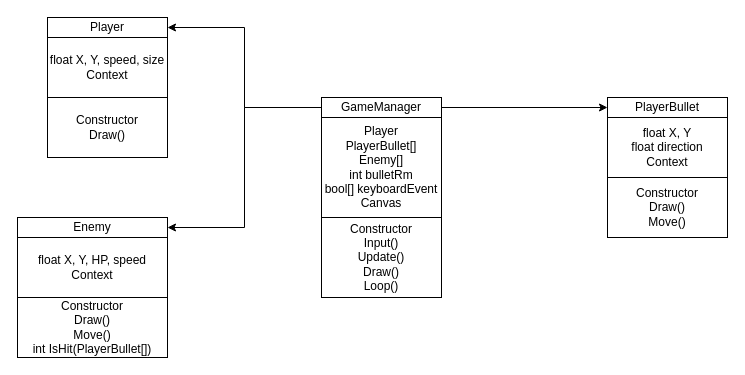
This is 클래스 구조도.drawio from GTByun/RWStudy, a draw.io file, before an edit. Source tidied: cells renumbered, new cells numbered last; positions are measured from the earlier drawing's top-left corner, leaving out a move shared by most shapes. Both pictures are drawn from the tidied source at 100%, with x=0, y=0 at pixel (17, 17).
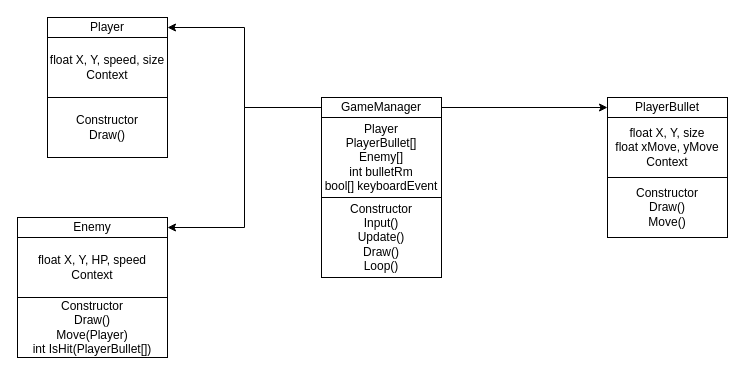
The same diagram, later.

Commit message (it also covers changes not shown here):
[GT] 다이어그램 수정

The edit, as a diff of the source:
```diff
@@
 <mxGraphModel>
   <root>
     <mxCell id="0" />
     <mxCell id="1" parent="0" />
     <mxCell id="2" style="edgeStyle=orthogonalEdgeStyle;rounded=0;jettySize=auto;html=1;entryX=1;entryY=0.5;entryDx=0;entryDy=0;" parent="1" edge="1" source="5" target="8">
       <mxGeometry relative="1" as="geometry" />
     </mxCell>
     <mxCell id="3" style="edgeStyle=orthogonalEdgeStyle;rounded=0;jettySize=auto;html=1;entryX=1;entryY=0.5;entryDx=0;entryDy=0;" parent="1" edge="1" source="5" target="11">
       <mxGeometry relative="1" as="geometry" />
     </mxCell>
     <mxCell id="4" style="edgeStyle=orthogonalEdgeStyle;rounded=0;jettySize=auto;html=1;entryX=0;entryY=0.5;entryDx=0;entryDy=0;" parent="1" edge="1" source="5" target="14">
       <mxGeometry relative="1" as="geometry" />
     </mxCell>
     <mxCell id="5" value="GameManager" style="rounded=0;whiteSpace=wrap;html=1;" parent="1" vertex="1">
       <mxGeometry x="304" y="80" width="120" height="20" as="geometry" />
     </mxCell>
-    <mxCell id="6" value="Player&lt;br&gt;PlayerBullet[]&lt;br&gt;Enemy[]&lt;br&gt;int bulletRm&lt;br&gt;bool[] keyboardEvent&lt;br&gt;Canvas" style="rounded=0;whiteSpace=wrap;html=1;" parent="1" vertex="1">
-      <mxGeometry x="304" y="100" width="120" height="100" as="geometry" />
+    <mxCell id="6" value="Player&lt;br&gt;PlayerBullet[]&lt;br&gt;Enemy[]&lt;br&gt;int bulletRm&lt;br&gt;bool[] keyboardEvent" style="rounded=0;whiteSpace=wrap;html=1;" parent="1" vertex="1">
+      <mxGeometry x="304" y="100" width="120" height="80" as="geometry" />
     </mxCell>
     <mxCell id="7" value="Constructor&lt;br&gt;Input()&lt;br&gt;Update()&lt;br&gt;Draw()&lt;br&gt;Loop()" style="rounded=0;whiteSpace=wrap;html=1;" parent="1" vertex="1">
-      <mxGeometry x="304" y="200" width="120" height="80" as="geometry" />
+      <mxGeometry x="304" y="180" width="120" height="80" as="geometry" />
     </mxCell>
     <mxCell id="8" value="Player" style="rounded=0;whiteSpace=wrap;html=1;" parent="1" vertex="1">
       <mxGeometry x="30" width="120" height="20" as="geometry" />
     </mxCell>
     <mxCell id="9" value="float&amp;nbsp;X, Y, speed, size&lt;br&gt;Context" style="rounded=0;whiteSpace=wrap;html=1;" parent="1" vertex="1">
       <mxGeometry x="30" y="20" width="120" height="60" as="geometry" />
     </mxCell>
     <mxCell id="10" value="Constructor&lt;br&gt;Draw()" style="rounded=0;whiteSpace=wrap;html=1;" parent="1" vertex="1">
       <mxGeometry x="30" y="80" width="120" height="60" as="geometry" />
     </mxCell>
     <mxCell id="11" value="Enemy" style="rounded=0;whiteSpace=wrap;html=1;" parent="1" vertex="1">
       <mxGeometry y="200" width="150" height="20" as="geometry" />
     </mxCell>
     <mxCell id="12" value="float&amp;nbsp;X, Y, HP, speed&lt;br&gt;Context" style="rounded=0;whiteSpace=wrap;html=1;" parent="1" vertex="1">
       <mxGeometry y="220" width="150" height="60" as="geometry" />
     </mxCell>
-    <mxCell id="13" value="Constructor&lt;br&gt;Draw()&lt;br&gt;Move()&lt;br&gt;int IsHit(PlayerBullet[])" style="rounded=0;whiteSpace=wrap;html=1;" parent="1" vertex="1">
+    <mxCell id="13" value="Constructor&lt;br&gt;Draw()&lt;br&gt;Move(Player)&lt;br&gt;int IsHit(PlayerBullet[])" style="rounded=0;whiteSpace=wrap;html=1;" parent="1" vertex="1">
       <mxGeometry y="280" width="150" height="60" as="geometry" />
     </mxCell>
     <mxCell id="14" value="PlayerBullet" style="rounded=0;whiteSpace=wrap;html=1;" parent="1" vertex="1">
       <mxGeometry x="590" y="80" width="120" height="20" as="geometry" />
     </mxCell>
-    <mxCell id="15" value="float&amp;nbsp;X, Y&lt;br&gt;float direction&lt;br&gt;Context" style="rounded=0;whiteSpace=wrap;html=1;" parent="1" vertex="1">
+    <mxCell id="15" value="float&amp;nbsp;X, Y, size&lt;br&gt;float xMove, yMove&lt;br&gt;Context" style="rounded=0;whiteSpace=wrap;html=1;" parent="1" vertex="1">
       <mxGeometry x="590" y="100" width="120" height="60" as="geometry" />
     </mxCell>
     <mxCell id="16" value="Constructor&lt;br&gt;Draw()&lt;br&gt;Move()" style="rounded=0;whiteSpace=wrap;html=1;" parent="1" vertex="1">
       <mxGeometry x="590" y="160" width="120" height="60" as="geometry" />
     </mxCell>
   </root>
 </mxGraphModel>
```
